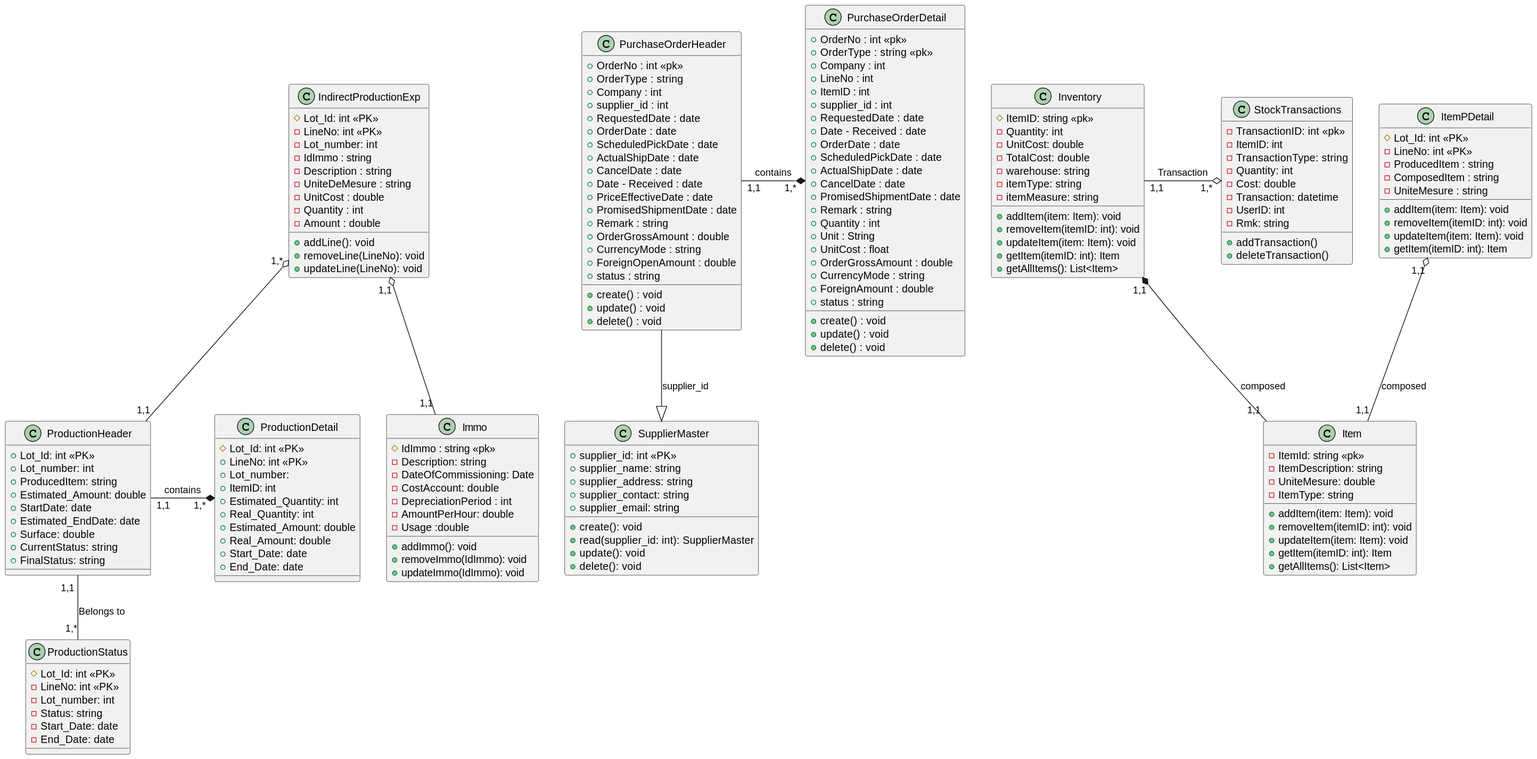
The PlantUML diagram conception/classDiagram.svg in floki1250/AgroSense, before a commit.
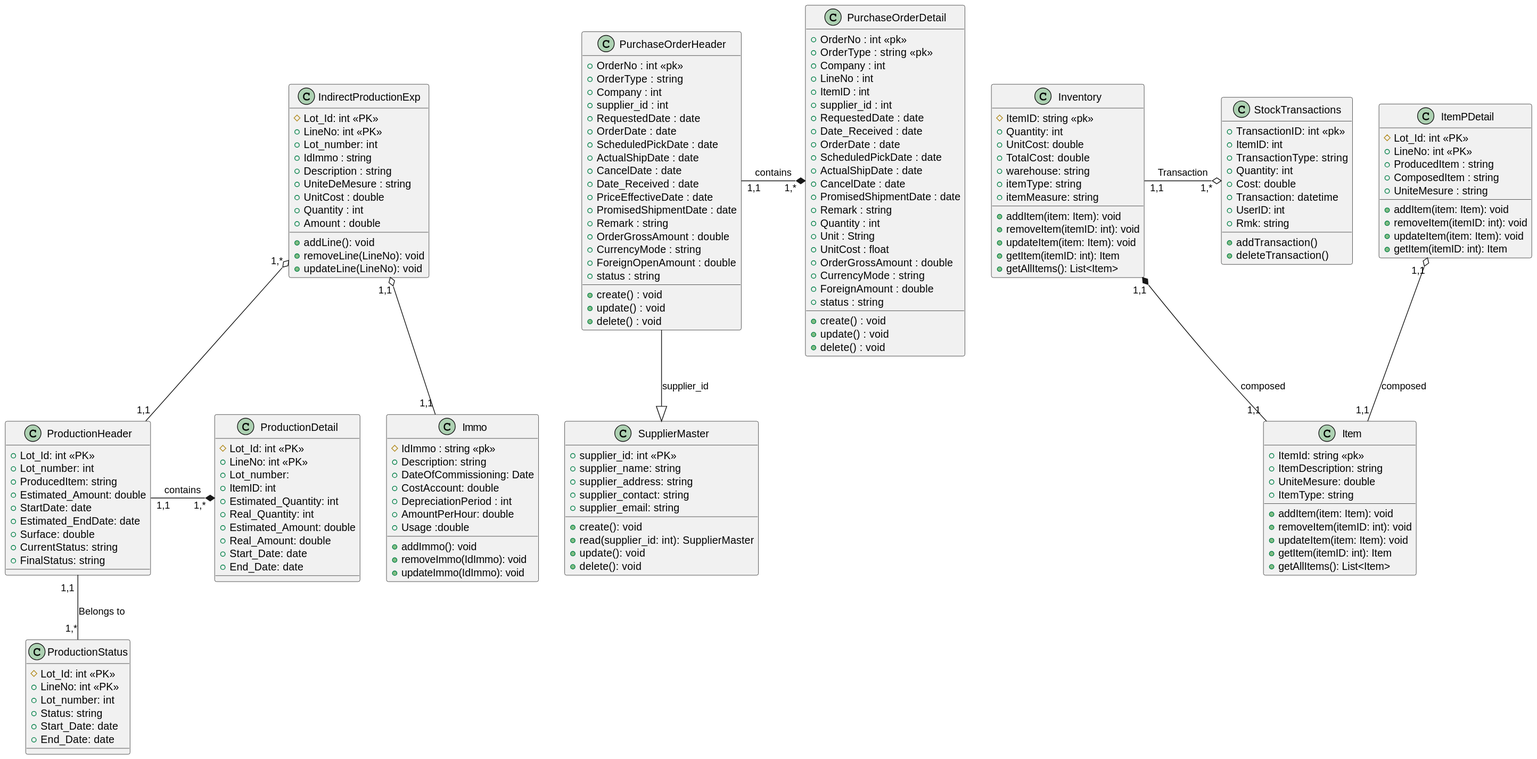
Later version of the same file.

Change to the diagram source:
```diff
@@ -1,10 +1,10 @@
 @startuml
 skinparam packageStyle rectangle
 class Item{
-    -ItemId: string <<pk>>
-    -ItemDescription: string
-    -UniteMesure: double
-    -ItemType: string
+    +ItemId: string <<pk>>
+    +ItemDescription: string
+    +UniteMesure: double
+    +ItemType: string
     + addItem(item: Item): void
     + removeItem(itemID: int): void
     + updateItem(item: Item): void
@@ -14,12 +14,12 @@
 
 class Inventory {
     # ItemID: string <<pk>>
-    - Quantity: int
-    - UnitCost: double
-    - TotalCost: double
-    - warehouse: string
-    - itemType: string
-    - itemMeasure: string
+    + Quantity: int
+    + UnitCost: double
+    + TotalCost: double
+    + warehouse: string
+    + itemType: string
+    + itemMeasure: string
     + addItem(item: Item): void
     + removeItem(itemID: int): void
     + updateItem(item: Item): void
@@ -27,14 +27,14 @@
     + getAllItems(): List<Item>
 }
 class StockTransactions {
-  - TransactionID: int <<pk>>
-  - ItemID: int
-  - TransactionType: string
-  - Quantity: int
-  - Cost: double
-  - Transaction: datetime
-  - UserID: int
-  - Rmk: string
+  + TransactionID: int <<pk>>
+  + ItemID: int
+  + TransactionType: string
+  + Quantity: int
+  + Cost: double
+  + Transaction: datetime
+  + UserID: int
+  + Rmk: string
   + addTransaction()
   + deleteTransaction()
 }
@@ -60,7 +60,7 @@
     + ScheduledPickDate : date
     + ActualShipDate : date
     + CancelDate : date
-    + Date - Received : date
+    + Date_Received : date
     + PriceEffectiveDate : date
     + PromisedShipmentDate : date
     + Remark : string
@@ -81,7 +81,7 @@
     + ItemID : int
     + supplier_id : int
     + RequestedDate : date
-    + Date - Received : date
+    + Date_Received : date
     + OrderDate : date
     + ScheduledPickDate : date
     + ActualShipDate : date
@@ -125,18 +125,18 @@
 }
 class ProductionStatus {
     #Lot_Id: int <<PK>>
-    -LineNo: int <<PK>>
-    -Lot_number: int
-    -Status: string
-    -Start_Date: date
-    -End_Date: date
+    +LineNo: int <<PK>>
+    +Lot_number: int
+    +Status: string
+    +Start_Date: date
+    +End_Date: date
 }
 class ItemPDetail{
     #Lot_Id: int <<PK>>
-    -LineNo: int <<PK>>
-    -ProducedItem : string
-    -ComposedItem : string
-    -UniteMesure : string
+    +LineNo: int <<PK>>
+    +ProducedItem : string
+    +ComposedItem : string
+    +UniteMesure : string
     + addItem(item: Item): void
     + removeItem(itemID: int): void
     + updateItem(item: Item): void
@@ -144,14 +144,14 @@
 }
 class IndirectProductionExp{
     #Lot_Id: int <<PK>>
-    -LineNo: int <<PK>>
-    -Lot_number: int
-    -IdImmo : string
-    -Description : string
-    -UniteDeMesure : string
-    -UnitCost : double
-    -Quantity : int
-    -Amount : double
+    +LineNo: int <<PK>>
+    +Lot_number: int
+    +IdImmo : string
+    +Description : string
+    +UniteDeMesure : string
+    +UnitCost : double
+    +Quantity : int
+    +Amount : double
     + addLine(): void
     + removeLine(LineNo): void
     + updateLine(LineNo): void
@@ -161,12 +161,12 @@
 
 Class Immo{
     #IdImmo : string <<pk>>
-    -Description: string
-    -DateOfCommissioning: Date
-    -CostAccount: double
-    -DepreciationPeriod : int
-    -AmountPerHour: double
-    -Usage :double
+    +Description: string
+    +DateOfCommissioning: Date
+    +CostAccount: double
+    +DepreciationPeriod : int
+    +AmountPerHour: double
+    +Usage :double
     + addImmo(): void
     + removeImmo(IdImmo): void
     + updateImmo(IdImmo): void
```
